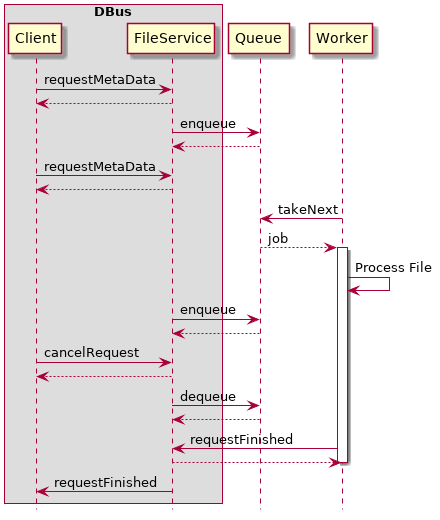
Above: docs/service_sequence.png in Ultimaker/libCharon (PlantUML), before the change. The source it was exported from:
```plantuml
@startuml

hide footbox

box "DBus"
    participant Client
    participant FileService
end box

Client -> FileService: requestMetaData
FileService --> Client

FileService -> Queue: enqueue
Queue --> FileService

Client -> FileService: requestMetaData
FileService --> Client

Worker -> Queue: takeNext
Queue --> Worker: job

activate Worker
Worker -> Worker: Process File

FileService -> Queue: enqueue
Queue --> FileService

Client -> FileService: cancelRequest
FileService --> Client

FileService -> Queue: dequeue
Queue --> FileService

Worker -> FileService: requestFinished
FileService --> Worker
deactivate Worker

FileService -> Client: requestFinished

@enduml
```
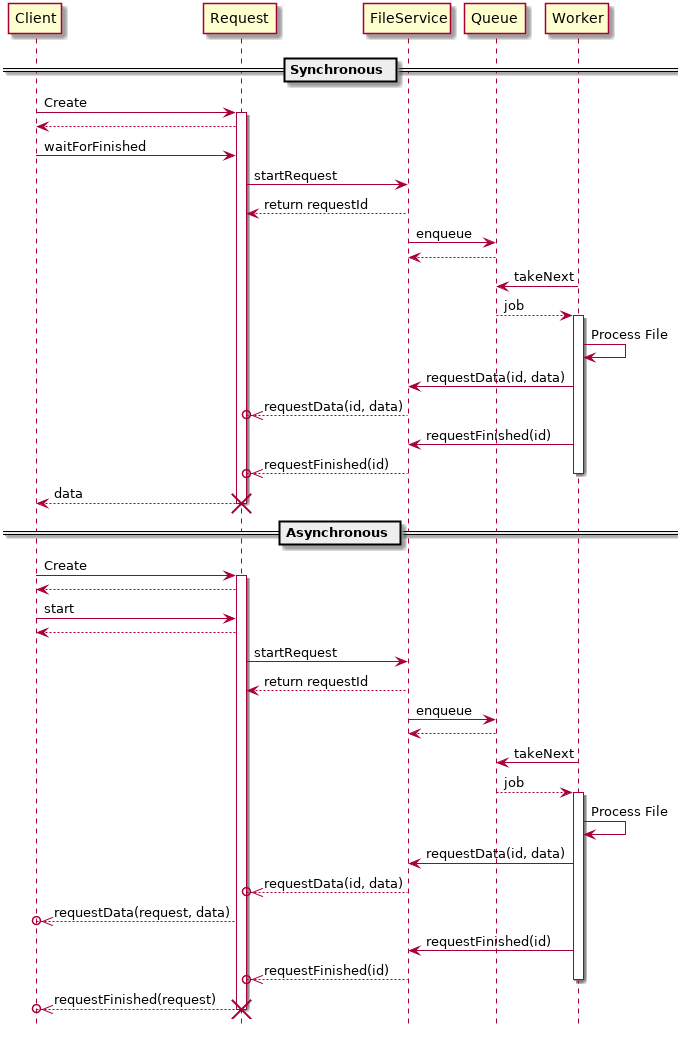
After the change.

Commit message:
Update class and sequence diagrams with changes made to the API

The edit, as a diff of the source:
```diff
@@ -2,19 +2,19 @@
 
 hide footbox
 
-box "DBus"
-    participant Client
-    participant FileService
-end box
+== Synchronous ==
 
-Client -> FileService: requestMetaData
-FileService --> Client
+Client -> Request: Create
+activate Request
+Request --> Client
+
+Client -> Request: waitForFinished
+
+Request -> FileService: startRequest
+FileService --> Request: return requestId
 
 FileService -> Queue: enqueue
 Queue --> FileService
-
-Client -> FileService: requestMetaData
-FileService --> Client
 
 Worker -> Queue: takeNext
 Queue --> Worker: job
@@ -22,19 +22,46 @@
 activate Worker
 Worker -> Worker: Process File
 
+Worker -> FileService: requestData(id, data)
+FileService -->>o Request: requestData(id, data)
+
+Worker -> FileService: requestFinished(id)
+FileService -->>o Request: requestFinished(id)
+deactivate Worker
+
+Request --> Client: data
+destroy Request
+
+== Asynchronous ==
+
+Client -> Request: Create
+activate Request
+Request --> Client
+
+Client -> Request: start
+Request --> Client
+
+Request -> FileService: startRequest
+FileService --> Request: return requestId
+
 FileService -> Queue: enqueue
 Queue --> FileService
 
-Client -> FileService: cancelRequest
-FileService --> Client
+Worker -> Queue: takeNext
+Queue --> Worker: job
 
-FileService -> Queue: dequeue
-Queue --> FileService
+activate Worker
+Worker -> Worker: Process File
 
-Worker -> FileService: requestFinished
-FileService --> Worker
+Worker -> FileService: requestData(id, data)
+FileService -->>o Request: requestData(id, data)
+Request -->>o Client: requestData(request, data)
+
+Worker -> FileService: requestFinished(id)
+FileService -->>o Request: requestFinished(id)
 deactivate Worker
+Request -->>o Client: requestFinished(request)
 
-FileService -> Client: requestFinished
+destroy Request
 
 @enduml
```
